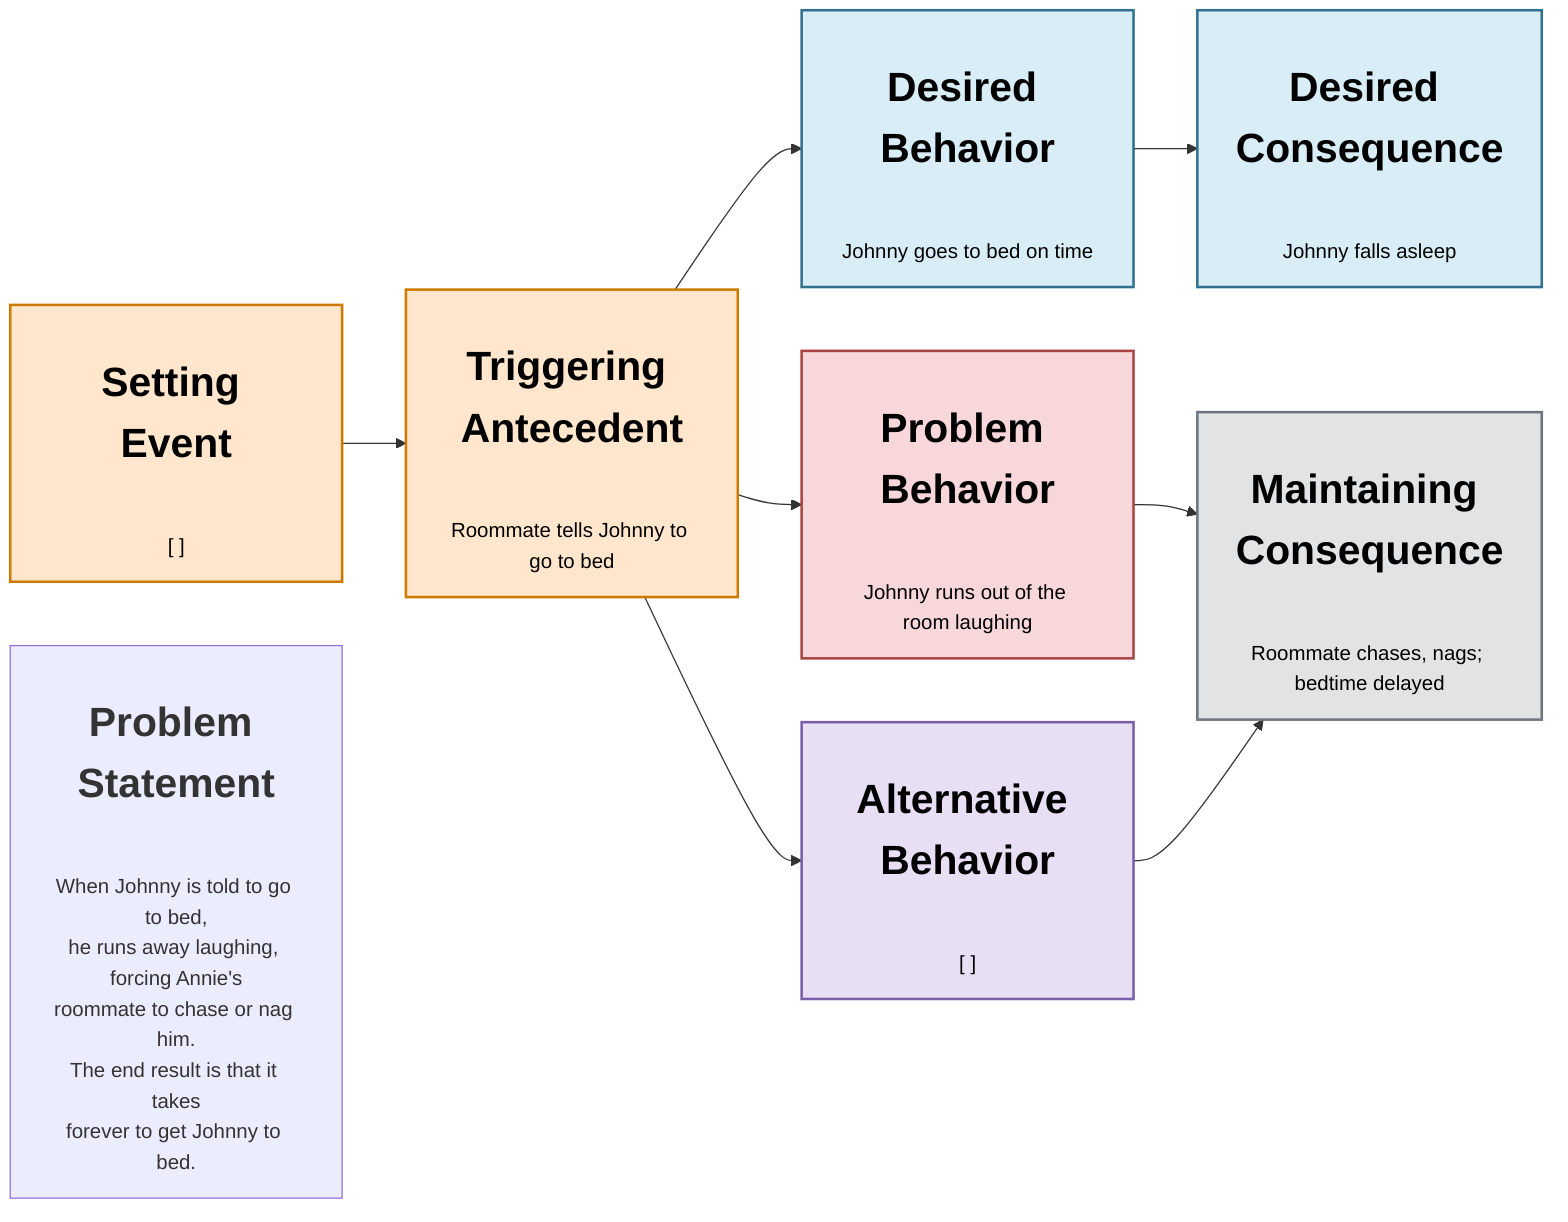
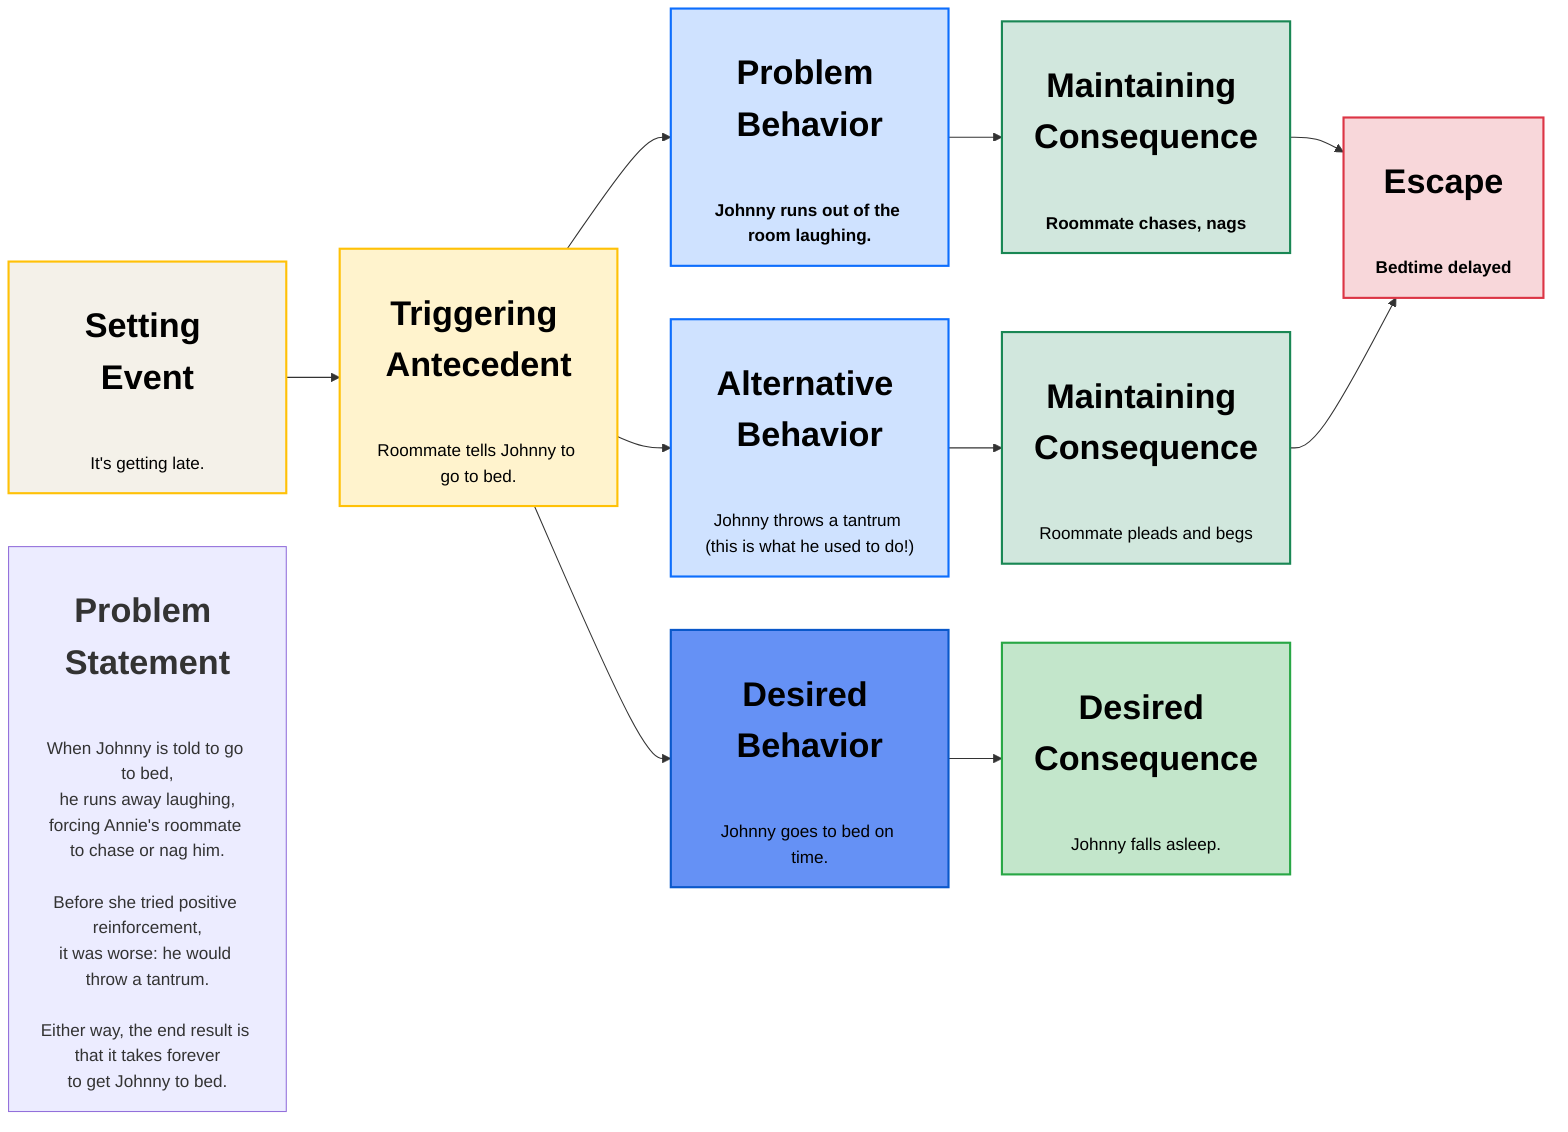
flowchart LR
- settingEvent["<h1>Setting Event</h1><br/>[ ]"]
- triggeringAntecedent["<h1>Triggering Antecedent</h1><br/>Roommate tells Johnny to go to bed"]
- problemBehavior["<h1>Problem Behavior</h1><br/>Johnny runs out of the room laughing"]
- maintainingConsequence["<h1>Maintaining Consequence</h1><br/>Roommate chases, nags; bedtime delayed"]
- desiredBehavior["<h1>Desired Behavior</h1><br/>Johnny goes to bed on time"]
- desiredConsequence["<h1>Desired Consequence</h1><br/>Johnny falls asleep"]
- replacementBehavior["<h1>Alternative Behavior</h1><br/>[ ]"]
- problemStatement["<h1>Problem Statement</h1><br/>When Johnny is told to go to bed,<br/>he runs away laughing, forcing Annie's<br/>roommate to chase or nag him.<br/>The end result is that it takes<br/>forever to get Johnny to bed."]
+ settingEvent["<h1>Setting Event</h1><br/>It's getting late."]
+ triggeringAntecedent["<h1>Triggering Antecedent</h1><br/>Roommate tells Johnny to go to bed."]
+ problemBehavior["<b><h1>Problem Behavior</h1><br/>Johnny runs out of the room laughing.</b>"]
+ maintainingConsequence["<b><h1>Maintaining Consequence</h1><br/>Roommate chases, nags</b>"]
+ maintainingConsequence2["<h1>Maintaining Consequence</h1><br/>Roommate pleads and begs"]
+ desiredBehavior["<h1>Desired Behavior</h1><br/>Johnny goes to bed on time."]
+ desiredConsequence["<h1>Desired Consequence</h1><br/>Johnny falls asleep."]
+ replacementBehavior["<h1>Alternative Behavior</h1><br/>Johnny throws a tantrum (this is what he used to do!)"]
+ function["<b><h1>Escape</h1><br/>Bedtime delayed</b>"]
+ problemStatement["<h1>Problem Statement</h1><br/>When Johnny is told to go to bed,<br/>he runs away laughing,<br/>forcing Annie's roommate to chase or nag him.<br /><br />Before she tried positive reinforcement,<br/>it was worse: he would throw a tantrum.<br/><br />Either way, the end result is that it takes forever<br/>to get Johnny to bed."]

settingEvent --> triggeringAntecedent
desiredBehavior --> desiredConsequence
triggeringAntecedent --> desiredBehavior
triggeringAntecedent --> problemBehavior
triggeringAntecedent --> replacementBehavior
problemBehavior --> maintainingConsequence
- replacementBehavior --> maintainingConsequence
+ replacementBehavior --> maintainingConsequence2
+ maintainingConsequence --> function
+ maintainingConsequence2 --> function

- class settingEvent,triggeringAntecedent context
- class desiredBehavior,desiredConsequence desired
- class problemBehavior problem
- class maintainingConsequence consequence
- class replacementBehavior alternative
- classDef context fill:#ffe6cc,stroke:#cc7a00,stroke-width:2px,color:#000;
- classDef desired fill:#d9edf7,stroke:#31708f,stroke-width:2px,color:#000;
- classDef problem fill:#f8d7da,stroke:#a94442,stroke-width:2px,color:#000;
- classDef consequence fill:#e2e3e5,stroke:#6c757d,stroke-width:2px,color:#000;
- classDef alternative fill:#e8dff5,stroke:#7a5ea6,stroke-width:2px,color:#000;
+ class settingEvent set
+ class triggeringAntecedent ant
+ class desiredBehavior desired
+ class problemBehavior beh
+ class desiredConsequence outcome
+ class maintainingConsequence con
+ class maintainingConsequence2 con
+ class replacementBehavior beh
+ class function func
+ 
+ classDef set fill:#f4f1e9,stroke:#ffc107,stroke-width:2px,color:#000
+ classDef ant fill:#fff3cd,stroke:#ffc107,stroke-width:2px,color:#000
+ classDef beh fill:#cfe2ff,stroke:#0d6efd,stroke-width:2px,color:#000
+ classDef con fill:#d1e7dd,stroke:#198754,stroke-width:2px,color:#000
+ classDef desired fill:#6591f5,stroke:#0a58ca,stroke-width:2px,color:#000
+ classDef outcome fill:#c3e6cb,stroke:#28a745,stroke-width:2px,color:#000
+ classDef func fill:#f8d7da,stroke:#dc3545,stroke-width:2px,color:#000
